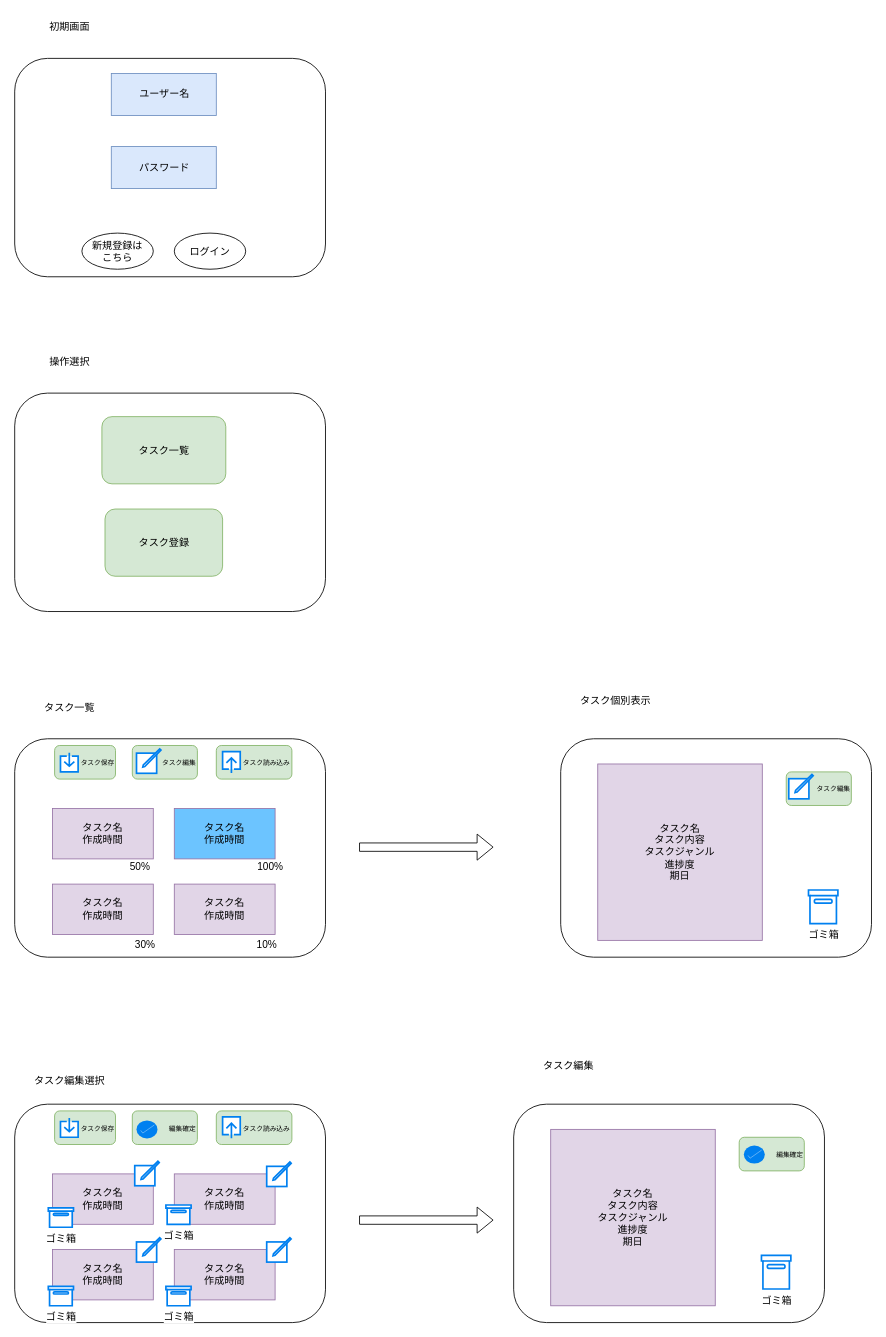
Earlier version of the draw.io diagram 図/screen.drawio (OMOCHInoHOSHI/2025-ToDoapp). Source tidied: cells renumbered, new cells numbered last; positions are measured from the earlier drawing's top-left corner, leaving out a move shared by most shapes. Both pictures are drawn from the tidied source at 84%, with x=0, y=0 at pixel (14, 14).
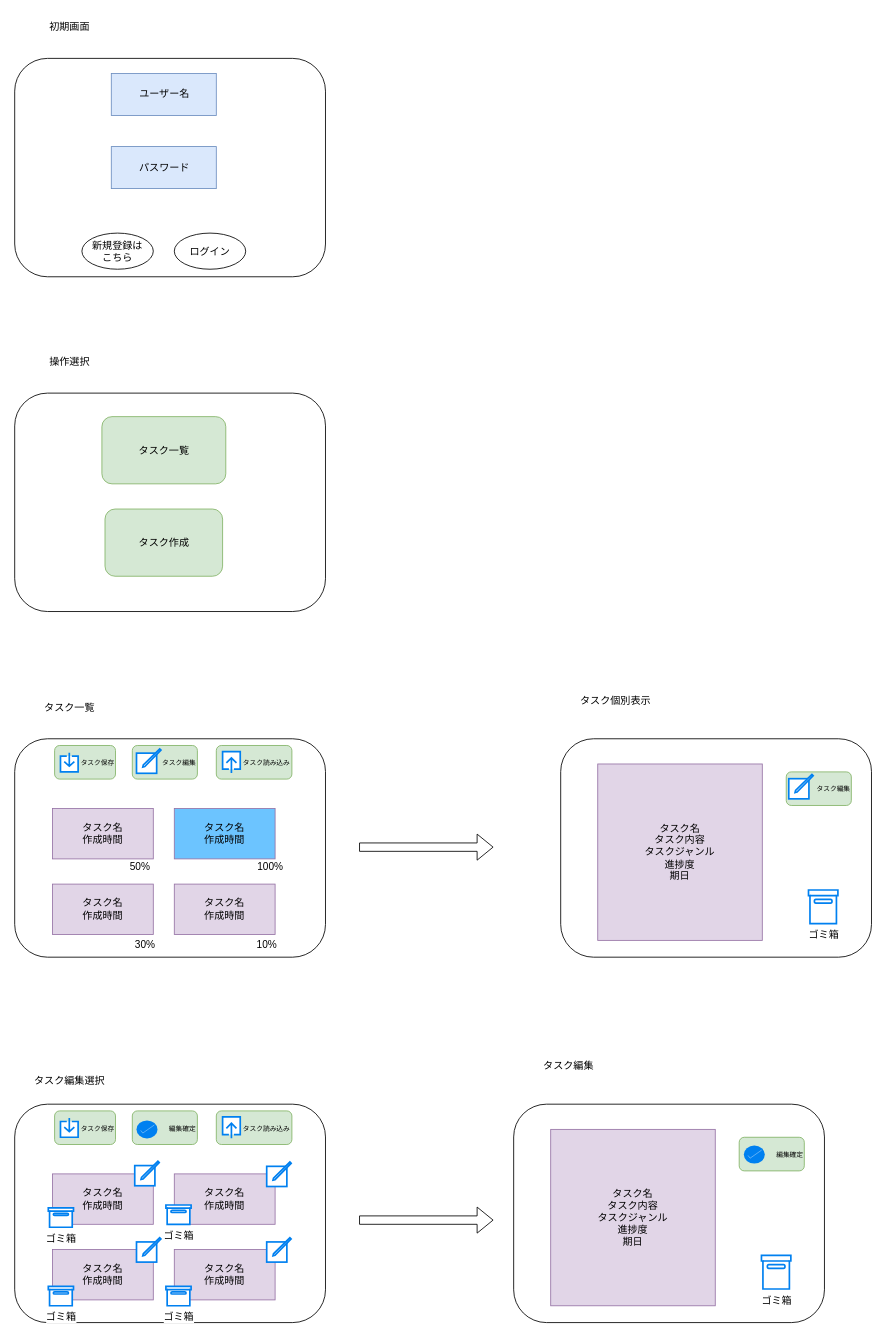
The same diagram, later.

Commit message:
デザイン変更

Change to the diagram source:
```diff
@@
-    <mxCell id="12" value="タスク登録" style="rounded=1;whiteSpace=wrap;html=1;fillColor=#d5e8d4;strokeColor=#82b366;" parent="1" vertex="1">
+    <mxCell id="12" value="タスク作成" style="rounded=1;whiteSpace=wrap;html=1;fillColor=#d5e8d4;strokeColor=#82b366;" parent="1" vertex="1">
       <mxGeometry x="107.5" y="588.5" width="140" height="80" as="geometry" />
     </mxCell>
```
